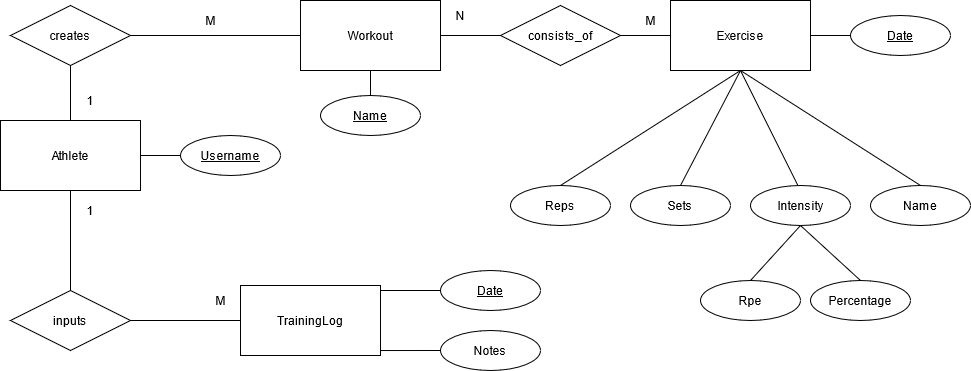
This is images/er_diagram.png from NoorAsim99/fitness-app, a draw.io export, as it was before one commit. Source tidied: cells renumbered, new cells last; positions are measured from the earlier drawing's top-left corner, leaving out a move shared by most shapes.
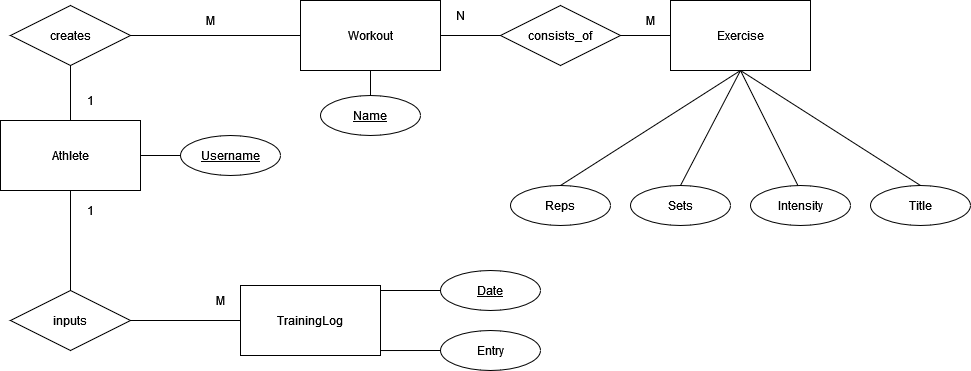
After the change.

The edit, as a diff of the source:
```diff
@@ -53,9 +53,6 @@
     <mxCell id="18" style="endArrow=none;html=1;entryX=0;entryY=0.5;entryDx=0;entryDy=0;exitX=1;exitY=0.5;exitDx=0;exitDy=0;" parent="1" edge="1" source="4" target="17">
       <mxGeometry relative="1" as="geometry" />
     </mxCell>
-    <mxCell id="19" value="Rpe" style="ellipse;whiteSpace=wrap;html=1;align=center;" parent="1" vertex="1">
-      <mxGeometry x="700" y="280" width="100" height="40" as="geometry" />
-    </mxCell>
     <mxCell id="20" value="Date" style="ellipse;whiteSpace=wrap;html=1;align=center;fontStyle=4;" parent="1" vertex="1">
       <mxGeometry x="440" y="270" width="100" height="40" as="geometry" />
     </mxCell>
@@ -76,7 +73,7 @@
         <mxPoint x="380" y="290" as="sourcePoint" />
       </mxGeometry>
     </mxCell>
-    <mxCell id="26" value="Notes" style="ellipse;whiteSpace=wrap;html=1;align=center;" parent="1" vertex="1">
+    <mxCell id="26" value="Entry" style="ellipse;whiteSpace=wrap;html=1;align=center;" parent="1" vertex="1">
       <mxGeometry x="440" y="330" width="100" height="40" as="geometry" />
     </mxCell>
     <mxCell id="27" style="endArrow=none;html=1;entryX=0;entryY=0.5;entryDx=0;entryDy=0;exitX=1;exitY=0.929;exitDx=0;exitDy=0;exitPerimeter=0;" parent="1" edge="1" source="6" target="26">
@@ -85,9 +82,6 @@
     <mxCell id="28" value="Intensity" style="ellipse;whiteSpace=wrap;html=1;align=center;" parent="1" vertex="1">
       <mxGeometry x="750" y="185" width="100" height="40" as="geometry" />
     </mxCell>
-    <mxCell id="29" value="Percentage" style="ellipse;whiteSpace=wrap;html=1;align=center;" parent="1" vertex="1">
-      <mxGeometry x="810" y="280" width="100" height="40" as="geometry" />
-    </mxCell>
     <mxCell id="30" value="Exercise" style="whiteSpace=wrap;html=1;align=center;" parent="1" vertex="1">
       <mxGeometry x="670" width="140" height="70" as="geometry" />
     </mxCell>
@@ -109,25 +103,13 @@
     <mxCell id="36" style="endArrow=none;html=1;entryX=0.475;entryY=0.004;entryDx=0;entryDy=0;exitX=0.5;exitY=1;exitDx=0;exitDy=0;entryPerimeter=0;" parent="1" edge="1" source="2" target="28">
       <mxGeometry relative="1" as="geometry" />
     </mxCell>
-    <mxCell id="37" style="endArrow=none;html=1;entryX=0.5;entryY=0;entryDx=0;entryDy=0;exitX=0.5;exitY=1;exitDx=0;exitDy=0;" parent="1" edge="1" source="28" target="19">
-      <mxGeometry relative="1" as="geometry" />
-    </mxCell>
-    <mxCell id="38" style="endArrow=none;html=1;entryX=0.5;entryY=0;entryDx=0;entryDy=0;exitX=0.5;exitY=1;exitDx=0;exitDy=0;" parent="1" edge="1" source="28" target="29">
-      <mxGeometry relative="1" as="geometry" />
-    </mxCell>
     <mxCell id="39" value="N" style="text;html=1;strokeColor=none;fillColor=none;align=center;verticalAlign=middle;whiteSpace=wrap;rounded=0;" parent="1" vertex="1">
       <mxGeometry x="440" y="5" width="40" height="20" as="geometry" />
     </mxCell>
     <mxCell id="40" value="M" style="text;html=1;strokeColor=none;fillColor=none;align=center;verticalAlign=middle;whiteSpace=wrap;rounded=0;" parent="1" vertex="1">
       <mxGeometry x="630" y="10" width="40" height="20" as="geometry" />
     </mxCell>
-    <mxCell id="41" value="Date" style="ellipse;whiteSpace=wrap;html=1;align=center;fontStyle=4;" parent="1" vertex="1">
-      <mxGeometry x="850" y="15" width="100" height="40" as="geometry" />
-    </mxCell>
-    <mxCell id="42" style="endArrow=none;html=1;entryX=0;entryY=0.5;entryDx=0;entryDy=0;exitX=1;exitY=0.5;exitDx=0;exitDy=0;" parent="1" edge="1" source="30" target="41">
-      <mxGeometry relative="1" as="geometry" />
-    </mxCell>
-    <mxCell id="43" value="Name" style="ellipse;whiteSpace=wrap;html=1;align=center;" parent="1" vertex="1">
+    <mxCell id="43" value="Title" style="ellipse;whiteSpace=wrap;html=1;align=center;" parent="1" vertex="1">
       <mxGeometry x="870" y="185" width="100" height="40" as="geometry" />
     </mxCell>
     <mxCell id="44" style="endArrow=none;html=1;exitX=0.5;exitY=0;exitDx=0;exitDy=0;entryX=0.5;entryY=1;entryDx=0;entryDy=0;" parent="1" edge="1" source="43" target="2">
```
